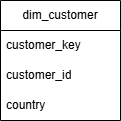
Before: assets/diagrams/dim_customer.png, a diagram exported from draw.io (joaohsilva416/uk-online-retail). Source tidied: cells renumbered, new cells last; positions are measured from the earlier drawing's top-left corner, leaving out a move shared by most shapes. Source of this version:
```xml
<mxGraphModel>
  <root>
    <mxCell id="0" />
    <mxCell id="1" parent="0" />
    <mxCell id="2" value="dim_customer" style="swimlane;fontStyle=0;horizontal=1;startSize=30;whiteSpace=wrap;html=1;fillColor=default;gradientColor=none;" parent="1" vertex="1">
      <mxGeometry width="120" height="120" as="geometry" />
    </mxCell>
    <mxCell id="3" value="customer_key" style="text;strokeColor=none;fillColor=none;align=left;verticalAlign=middle;spacingLeft=4;spacingRight=4;overflow=hidden;whiteSpace=wrap;html=1;" parent="2" vertex="1">
      <mxGeometry y="30" width="120" height="30" as="geometry" />
    </mxCell>
    <mxCell id="4" value="customer_id" style="text;strokeColor=none;fillColor=none;align=left;verticalAlign=middle;spacingLeft=4;spacingRight=4;overflow=hidden;whiteSpace=wrap;html=1;" parent="2" vertex="1">
      <mxGeometry y="60" width="120" height="30" as="geometry" />
    </mxCell>
    <mxCell id="5" value="country" style="text;strokeColor=none;fillColor=none;align=left;verticalAlign=middle;spacingLeft=4;spacingRight=4;overflow=hidden;whiteSpace=wrap;html=1;" parent="2" vertex="1">
      <mxGeometry y="90" width="120" height="30" as="geometry" />
    </mxCell>
  </root>
</mxGraphModel>
```
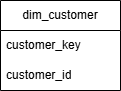
After the change.

Commit message:
fix: update dim_customer photo

The edit, as a diff of the source:
```diff
@@ -3,7 +3,7 @@
     <mxCell id="0" />
     <mxCell id="1" parent="0" />
     <mxCell id="2" value="dim_customer" style="swimlane;fontStyle=0;horizontal=1;startSize=30;whiteSpace=wrap;html=1;fillColor=default;gradientColor=none;" parent="1" vertex="1">
-      <mxGeometry width="120" height="120" as="geometry" />
+      <mxGeometry width="120" height="90" as="geometry" />
     </mxCell>
     <mxCell id="3" value="customer_key" style="text;strokeColor=none;fillColor=none;align=left;verticalAlign=middle;spacingLeft=4;spacingRight=4;overflow=hidden;whiteSpace=wrap;html=1;" parent="2" vertex="1">
       <mxGeometry y="30" width="120" height="30" as="geometry" />
@@ -11,8 +11,5 @@
     <mxCell id="4" value="customer_id" style="text;strokeColor=none;fillColor=none;align=left;verticalAlign=middle;spacingLeft=4;spacingRight=4;overflow=hidden;whiteSpace=wrap;html=1;" parent="2" vertex="1">
       <mxGeometry y="60" width="120" height="30" as="geometry" />
     </mxCell>
-    <mxCell id="5" value="country" style="text;strokeColor=none;fillColor=none;align=left;verticalAlign=middle;spacingLeft=4;spacingRight=4;overflow=hidden;whiteSpace=wrap;html=1;" parent="2" vertex="1">
-      <mxGeometry y="90" width="120" height="30" as="geometry" />
-    </mxCell>
   </root>
 </mxGraphModel>
```
